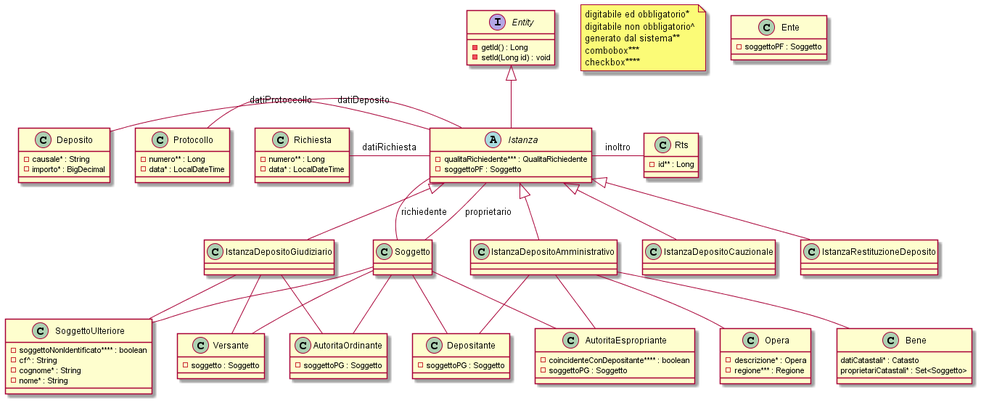
Above: z-uml/entities-diagram.png in Tiberio-B/utente-service (PlantUML), before the change.
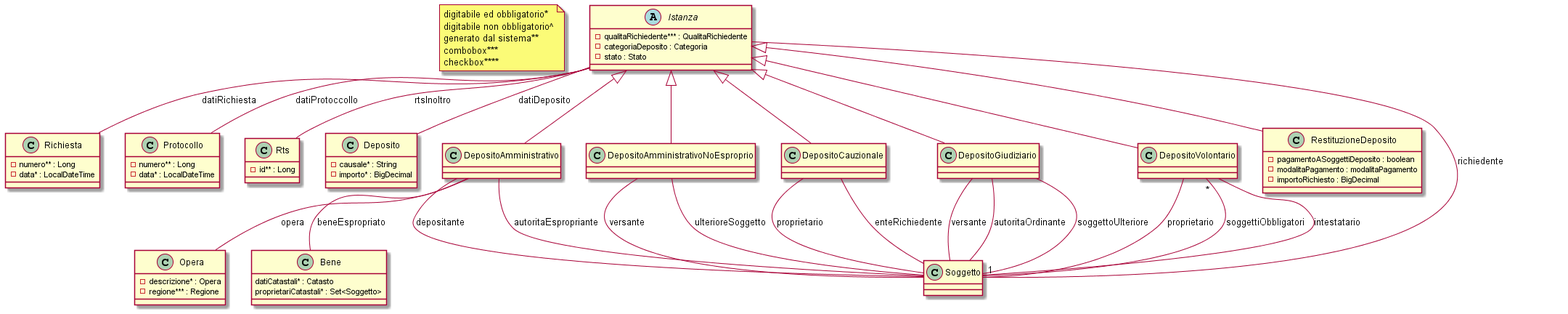
The same diagram one commit later.

What changed in the source:
```diff
@@ -11,109 +11,83 @@
 
 
 
-		Interface Entity {
-			- getId() : Long
-			- setId(Long id) : void
+		abstract class Istanza {
+			- qualitaRichiedente*** : QualitaRichiedente
+			- categoriaDeposito : Categoria
+			- stato : Stato
 		}
-		Abstract Class Istanza {
-			- qualitaRichiedente*** : QualitaRichiedente
-			- soggettoPF : Soggetto
-		}
-		Class IstanzaDepositoCauzionale {}
-		Class IstanzaDepositoGiudiziario{}
-		Class IstanzaDepositoAmministrativo {}
-		Class IstanzaRestituzioneDeposito {}
 
 
-		Class Richiesta {
+		class Richiesta {
 			- numero** : Long
 			- data* : LocalDateTime
 		}
-		Class Protocollo {
+		class Protocollo {
 			- numero** : Long
 			- data* : LocalDateTime
 		}
-		Class Rts {
+		class Rts {
 			- id** : Long
 		}
-		Class Ente {
-			- soggettoPF : Soggetto
-		}
-		Class Deposito {
+		class Deposito {
 			- causale* : String
 			- importo* : BigDecimal
 		}
-		Class Soggetto {}
-
-		Class Versante {
-			- soggetto : Soggetto
-		}
-
-		Class AutoritaOrdinante {
-			- soggettoPG : Soggetto
-		}
-
-		Class SoggettoUlteriore {
-			- soggettoNonIdentificato**** : boolean
-			- cf^ : String
-			- cognome* : String
-			- nome* : String
-		}
-
-		Class Depositante {
-			- soggettoPG : Soggetto
-		}
-
-		Class AutoritaEspropriante {
-			- coincidenteConDepositante**** : boolean
-			- soggettoPG : Soggetto
-		}
-
-		Class Opera {
+		class Opera {
 			- descrizione* : Opera
 			- regione*** : Regione
 		}
 
-		Class Bene {
+		class Bene {
 			datiCatastali* : Catasto
 			proprietariCatastali* : Set<Soggetto>
 		}
 
 
 
-		Istanza -left- Richiesta : datiRichiesta
-		Istanza -left- Protocollo : datiProtoccollo
-		Istanza -left- Deposito : datiDeposito
+		class DepositoAmministrativo extends Istanza
+		class DepositoAmministrativoNoEsproprio extends Istanza
+		class DepositoCauzionale extends Istanza
+		class DepositoGiudiziario extends Istanza
+		class DepositoVolontario extends Istanza
 
-		Istanza -right- Soggetto : richiedente
-		Istanza -right- Soggetto : proprietario
-		Istanza -right- Rts : inoltro
+		class RestituzioneDeposito extends Istanza {
+			- pagamentoASoggettiDeposito : boolean
+			- modalitaPagamento : modalitaPagamento
+			- importoRichiesto : BigDecimal
+		}
 
 
-		Istanza -up-|> Entity
-		Istanza <|-down- IstanzaDepositoAmministrativo
-		Istanza <|-down- IstanzaDepositoCauzionale
-		Istanza <|-down- IstanzaDepositoGiudiziario
-		Istanza <|-down- IstanzaRestituzioneDeposito
+		Istanza -- Richiesta : datiRichiesta
+		Istanza -- Protocollo : datiProtoccollo
+		Istanza -- Deposito : datiDeposito
+		Istanza -- Soggetto : richiedente
+		Istanza -- Rts : rtsInoltro
 
 
-		IstanzaDepositoGiudiziario -- Versante
-		IstanzaDepositoGiudiziario -- AutoritaOrdinante
-		IstanzaDepositoGiudiziario -- SoggettoUlteriore
+		DepositoAmministrativo -- Soggetto : depositante
+		DepositoAmministrativo -- Soggetto : autoritaEspropriante
+		DepositoAmministrativo -- Opera : opera
+		DepositoAmministrativo -- Bene : beneEspropriato
 
 
-		Soggetto -- Versante
-		Soggetto -- AutoritaOrdinante
-		Soggetto -- SoggettoUlteriore
+		DepositoAmministrativoNoEsproprio -- Soggetto : versante
+		DepositoAmministrativoNoEsproprio -- Soggetto : ulterioreSoggetto
 
 
-		IstanzaDepositoAmministrativo -- Depositante
-		IstanzaDepositoAmministrativo -- AutoritaEspropriante
-		IstanzaDepositoAmministrativo -- Opera
-		IstanzaDepositoAmministrativo -- Bene
+		DepositoCauzionale -- Soggetto : proprietario
+		DepositoCauzionale -- Soggetto : enteRichiedente
 
 
-		Soggetto -- Depositante
-		Soggetto -- AutoritaEspropriante
+		DepositoGiudiziario -- Soggetto : versante
+		DepositoGiudiziario -- Soggetto : autoritaOrdinante
+		DepositoGiudiziario -- Soggetto : soggettoUlteriore
+
+
+		DepositoVolontario -- Soggetto : proprietario
+
+
+		DepositoVolontario "*" -- "1" Soggetto : soggettiObbligatori
+		DepositoVolontario -- Soggetto : intestatario
 
 @enduml
```
